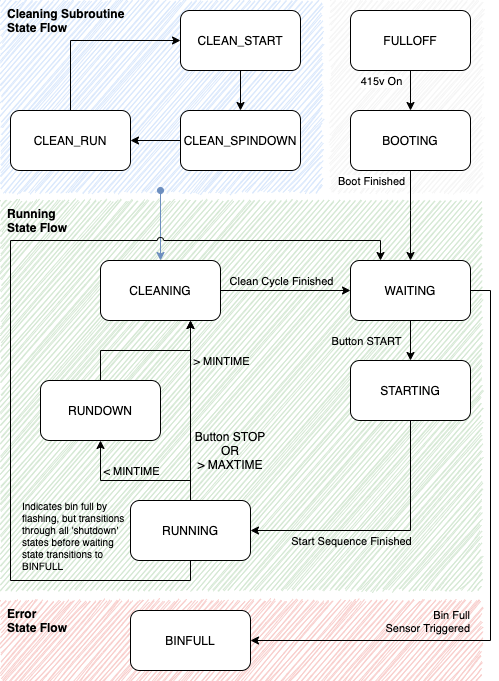
This is docs/Extractor.png from HSBNE/DustExtractorControl, a draw.io export, as it was before one commit. Source tidied: cells renumbered, new cells last; positions are measured from the earlier drawing's top-left corner, leaving out a move shared by most shapes.
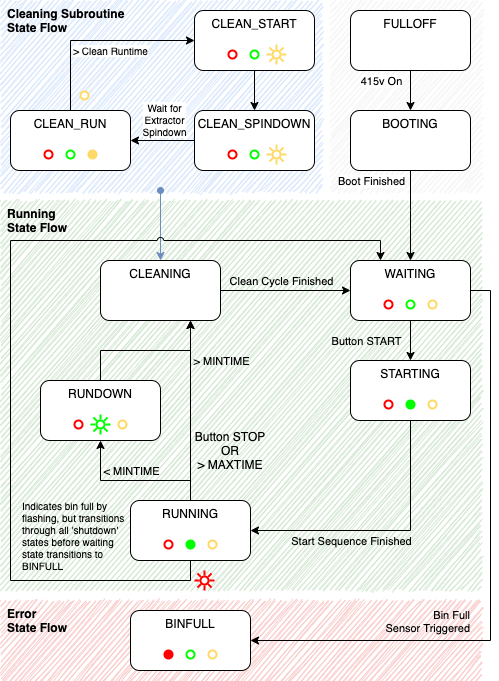
The same diagram one commit later.

Diff of the diagram source:
```diff
@@ -19,7 +19,7 @@
         <mxPoint x="-32" y="-6" as="offset" />
       </mxGeometry>
     </mxCell>
-    <mxCell id="7" value="FULLOFF" style="rounded=1;whiteSpace=wrap;html=1;" parent="1" vertex="1">
+    <mxCell id="7" value="FULLOFF" style="rounded=1;whiteSpace=wrap;html=1;verticalAlign=top;" parent="1" vertex="1">
       <mxGeometry x="350" y="10" width="120" height="60" as="geometry" />
     </mxCell>
     <mxCell id="8" style="edgeStyle=orthogonalEdgeStyle;rounded=0;jettySize=auto;html=1;entryX=0.5;entryY=0;entryDx=0;entryDy=0;" parent="1" edge="1" source="10" target="15">
@@ -35,7 +35,7 @@
         <mxPoint x="-41" y="-44" as="offset" />
       </mxGeometry>
     </mxCell>
-    <mxCell id="10" value="BOOTING" style="rounded=1;whiteSpace=wrap;html=1;" parent="1" vertex="1">
+    <mxCell id="10" value="BOOTING" style="rounded=1;whiteSpace=wrap;html=1;verticalAlign=top;" parent="1" vertex="1">
       <mxGeometry x="350" y="110" width="120" height="60" as="geometry" />
     </mxCell>
     <mxCell id="11" style="edgeStyle=orthogonalEdgeStyle;rounded=0;jettySize=auto;html=1;exitX=1;exitY=0.5;exitDx=0;exitDy=0;entryX=1;entryY=0.5;entryDx=0;entryDy=0;" parent="1" edge="1" source="15" target="27">
@@ -54,7 +54,7 @@
         <mxPoint x="-45" y="7" as="offset" />
       </mxGeometry>
     </mxCell>
-    <mxCell id="15" value="WAITING" style="rounded=1;whiteSpace=wrap;html=1;" parent="1" vertex="1">
+    <mxCell id="15" value="WAITING" style="rounded=1;whiteSpace=wrap;html=1;verticalAlign=top;" parent="1" vertex="1">
       <mxGeometry x="350" y="260" width="120" height="60" as="geometry" />
     </mxCell>
     <mxCell id="16" style="edgeStyle=orthogonalEdgeStyle;rounded=0;jettySize=auto;html=1;exitX=0.5;exitY=1;exitDx=0;exitDy=0;entryX=1;entryY=0.5;entryDx=0;entryDy=0;" parent="1" edge="1" source="18" target="23">
@@ -65,7 +65,7 @@
         <mxPoint x="-28" y="12" as="offset" />
       </mxGeometry>
     </mxCell>
-    <mxCell id="18" value="STARTING" style="rounded=1;whiteSpace=wrap;html=1;" parent="1" vertex="1">
+    <mxCell id="18" value="STARTING" style="rounded=1;whiteSpace=wrap;html=1;verticalAlign=top;" parent="1" vertex="1">
       <mxGeometry x="350" y="360" width="120" height="60" as="geometry" />
     </mxCell>
     <mxCell id="19" style="edgeStyle=orthogonalEdgeStyle;rounded=0;jettySize=auto;html=1;exitX=0.5;exitY=0;exitDx=0;exitDy=0;entryX=0.5;entryY=1;entryDx=0;entryDy=0;" parent="1" edge="1" source="23" target="29">
@@ -89,7 +89,7 @@
         <mxPoint x="30" y="-53" as="offset" />
       </mxGeometry>
     </mxCell>
-    <mxCell id="23" value="RUNNING" style="rounded=1;whiteSpace=wrap;html=1;" parent="1" vertex="1">
+    <mxCell id="23" value="RUNNING" style="rounded=1;whiteSpace=wrap;html=1;verticalAlign=top;" parent="1" vertex="1">
       <mxGeometry x="130" y="500" width="120" height="60" as="geometry" />
     </mxCell>
     <mxCell id="24" style="edgeStyle=orthogonalEdgeStyle;rounded=0;jettySize=auto;html=1;exitX=1;exitY=0.5;exitDx=0;exitDy=0;entryX=0;entryY=0.5;entryDx=0;entryDy=0;" parent="1" edge="1" source="26" target="15">
@@ -100,16 +100,16 @@
         <mxPoint x="13" y="-41" as="offset" />
       </mxGeometry>
     </mxCell>
-    <mxCell id="26" value="CLEANING" style="rounded=1;whiteSpace=wrap;html=1;" parent="1" vertex="1">
+    <mxCell id="26" value="CLEANING" style="rounded=1;whiteSpace=wrap;html=1;verticalAlign=top;" parent="1" vertex="1">
       <mxGeometry x="100" y="260" width="120" height="60" as="geometry" />
     </mxCell>
-    <mxCell id="27" value="BINFULL" style="rounded=1;whiteSpace=wrap;html=1;" parent="1" vertex="1">
+    <mxCell id="27" value="BINFULL" style="rounded=1;whiteSpace=wrap;html=1;verticalAlign=top;" parent="1" vertex="1">
       <mxGeometry x="130" y="610" width="120" height="60" as="geometry" />
     </mxCell>
     <mxCell id="28" style="edgeStyle=orthogonalEdgeStyle;rounded=0;jettySize=auto;html=1;exitX=0.5;exitY=0;exitDx=0;exitDy=0;entryX=0.75;entryY=1;entryDx=0;entryDy=0;jumpStyle=none;" parent="1" edge="1" source="29" target="26">
       <mxGeometry relative="1" as="geometry" />
     </mxCell>
-    <mxCell id="29" value="RUNDOWN" style="rounded=1;whiteSpace=wrap;html=1;" parent="1" vertex="1">
+    <mxCell id="29" value="RUNDOWN" style="rounded=1;whiteSpace=wrap;html=1;verticalAlign=top;" parent="1" vertex="1">
       <mxGeometry x="40" y="380" width="120" height="60" as="geometry" />
     </mxCell>
     <mxCell id="30" value="Button STOP&lt;br&gt;OR&lt;br&gt;&amp;gt; MAXTIME" style="text;html=1;strokeColor=none;fillColor=none;align=center;verticalAlign=middle;whiteSpace=wrap;rounded=0;shadow=0;glass=0;labelBackgroundColor=none;sketch=1;" parent="1" vertex="1">
@@ -124,19 +124,29 @@
     <mxCell id="33" style="edgeStyle=orthogonalEdgeStyle;rounded=0;jumpStyle=arc;jettySize=auto;html=1;exitX=0.5;exitY=1;exitDx=0;exitDy=0;entryX=0.5;entryY=0;entryDx=0;entryDy=0;" parent="1" edge="1" source="34" target="36">
       <mxGeometry relative="1" as="geometry" />
     </mxCell>
-    <mxCell id="34" value="CLEAN_START" style="rounded=1;whiteSpace=wrap;html=1;" parent="1" vertex="1">
-      <mxGeometry x="180" y="10" width="120" height="60" as="geometry" />
+    <mxCell id="34" value="CLEAN_START" style="rounded=1;whiteSpace=wrap;html=1;verticalAlign=top;" parent="1" vertex="1">
+      <mxGeometry x="194" y="10" width="120" height="60" as="geometry" />
     </mxCell>
     <mxCell id="35" style="edgeStyle=orthogonalEdgeStyle;rounded=0;jumpStyle=arc;jettySize=auto;html=1;exitX=0;exitY=0.5;exitDx=0;exitDy=0;entryX=1;entryY=0.5;entryDx=0;entryDy=0;" parent="1" edge="1" source="36" target="38">
       <mxGeometry relative="1" as="geometry" />
     </mxCell>
+    <mxCell id="44" value="Wait for&lt;br&gt;Extractor&lt;br&gt;Spindown" style="edgeLabel;html=1;align=center;verticalAlign=middle;fontSize=10;" parent="35" vertex="1">
+      <mxGeometry x="0.11" relative="1" as="geometry">
+        <mxPoint x="5.4" y="-22" as="offset" />
+      </mxGeometry>
+    </mxCell>
-    <mxCell id="36" value="CLEAN_SPINDOWN" style="rounded=1;whiteSpace=wrap;html=1;" parent="1" vertex="1">
-      <mxGeometry x="180" y="110" width="120" height="60" as="geometry" />
+    <mxCell id="36" value="CLEAN_SPINDOWN" style="rounded=1;whiteSpace=wrap;html=1;verticalAlign=top;" parent="1" vertex="1">
+      <mxGeometry x="194" y="110" width="120" height="60" as="geometry" />
     </mxCell>
     <mxCell id="37" style="edgeStyle=orthogonalEdgeStyle;rounded=0;jumpStyle=arc;jettySize=auto;html=1;exitX=0.5;exitY=0;exitDx=0;exitDy=0;entryX=0;entryY=0.5;entryDx=0;entryDy=0;" parent="1" edge="1" source="38" target="34">
       <mxGeometry relative="1" as="geometry" />
     </mxCell>
+    <mxCell id="45" value="&amp;gt; Clean Runtime" style="edgeLabel;html=1;align=center;verticalAlign=middle;fontSize=10;" parent="37" vertex="1">
+      <mxGeometry x="-0.52" y="-1" relative="1" as="geometry">
+        <mxPoint x="39" y="-13.1" as="offset" />
+      </mxGeometry>
+    </mxCell>
-    <mxCell id="38" value="CLEAN_RUN" style="rounded=1;whiteSpace=wrap;html=1;" parent="1" vertex="1">
+    <mxCell id="38" value="CLEAN_RUN" style="rounded=1;whiteSpace=wrap;html=1;verticalAlign=top;" parent="1" vertex="1">
       <mxGeometry x="10" y="110" width="120" height="60" as="geometry" />
     </mxCell>
     <mxCell id="39" value="Cleaning Subroutine State Flow" style="text;html=1;fillColor=none;align=left;verticalAlign=middle;whiteSpace=wrap;rounded=0;fontStyle=1;" parent="1" vertex="1">
@@ -161,5 +171,83 @@
         </Array>
       </mxGeometry>
     </mxCell>
+    <mxCell id="46" style="ellipse;whiteSpace=wrap;html=1;labelBackgroundColor=none;strokeColor=#FF0000;fontSize=10;align=right;strokeWidth=2;" parent="1" vertex="1">
+      <mxGeometry x="384" y="300" width="8" height="8" as="geometry" />
+    </mxCell>
+    <mxCell id="47" style="ellipse;whiteSpace=wrap;html=1;labelBackgroundColor=none;fontSize=10;align=right;strokeWidth=2;strokeColor=#00FF00;" parent="1" vertex="1">
+      <mxGeometry x="406" y="300" width="8" height="8" as="geometry" />
+    </mxCell>
+    <mxCell id="48" style="ellipse;whiteSpace=wrap;html=1;labelBackgroundColor=none;fontSize=10;align=right;strokeWidth=2;strokeColor=#FFD966;" parent="1" vertex="1">
+      <mxGeometry x="428" y="300" width="8" height="8" as="geometry" />
+    </mxCell>
+    <mxCell id="49" style="ellipse;whiteSpace=wrap;html=1;labelBackgroundColor=none;strokeColor=#FF0000;fontSize=10;align=right;strokeWidth=2;" parent="1" vertex="1">
+      <mxGeometry x="384" y="400" width="8" height="8" as="geometry" />
+    </mxCell>
+    <mxCell id="50" style="ellipse;whiteSpace=wrap;html=1;labelBackgroundColor=none;fontSize=10;align=right;strokeWidth=2;strokeColor=#FFD966;" parent="1" vertex="1">
+      <mxGeometry x="428" y="400" width="8" height="8" as="geometry" />
+    </mxCell>
+    <mxCell id="51" style="ellipse;whiteSpace=wrap;html=1;labelBackgroundColor=none;fontSize=10;align=right;strokeWidth=2;strokeColor=#00FF00;fillColor=#00FF00;" parent="1" vertex="1">
+      <mxGeometry x="406" y="400" width="8" height="8" as="geometry" />
+    </mxCell>
+    <mxCell id="52" style="ellipse;whiteSpace=wrap;html=1;labelBackgroundColor=none;strokeColor=#FF0000;fontSize=10;align=right;strokeWidth=2;" parent="1" vertex="1">
+      <mxGeometry x="164" y="540" width="8" height="8" as="geometry" />
+    </mxCell>
+    <mxCell id="53" style="ellipse;whiteSpace=wrap;html=1;labelBackgroundColor=none;fontSize=10;align=right;strokeWidth=2;strokeColor=#FFD966;" parent="1" vertex="1">
+      <mxGeometry x="208" y="540" width="8" height="8" as="geometry" />
+    </mxCell>
+    <mxCell id="54" style="ellipse;whiteSpace=wrap;html=1;labelBackgroundColor=none;fontSize=10;align=right;strokeWidth=2;strokeColor=#00FF00;fillColor=#00FF00;" parent="1" vertex="1">
+      <mxGeometry x="186" y="540" width="8" height="8" as="geometry" />
+    </mxCell>
+    <mxCell id="55" style="ellipse;whiteSpace=wrap;html=1;labelBackgroundColor=none;strokeColor=#FF0000;fontSize=10;align=right;strokeWidth=2;" parent="1" vertex="1">
+      <mxGeometry x="74" y="420" width="8" height="8" as="geometry" />
+    </mxCell>
+    <mxCell id="56" style="ellipse;whiteSpace=wrap;html=1;labelBackgroundColor=none;fontSize=10;align=right;strokeWidth=2;strokeColor=#FFD966;" parent="1" vertex="1">
+      <mxGeometry x="118" y="420" width="8" height="8" as="geometry" />
+    </mxCell>
+    <mxCell id="57" style="html=1;verticalLabelPosition=bottom;align=center;labelBackgroundColor=#ffffff;verticalAlign=top;strokeWidth=2;shadow=0;dashed=0;shape=mxgraph.ios7.icons.sun;fontSize=10;strokeColor=#00FF00;" parent="1" vertex="1">
+      <mxGeometry x="90" y="414" width="20" height="20" as="geometry" />
+    </mxCell>
+    <mxCell id="58" style="html=1;verticalLabelPosition=bottom;align=center;labelBackgroundColor=#ffffff;verticalAlign=top;strokeWidth=2;shadow=0;dashed=0;shape=mxgraph.ios7.icons.sun;fontSize=10;strokeColor=#FF0000;" parent="1" vertex="1">
+      <mxGeometry x="194" y="570" width="20" height="20" as="geometry" />
+    </mxCell>
+    <mxCell id="59" style="ellipse;whiteSpace=wrap;html=1;labelBackgroundColor=none;fontSize=10;align=right;strokeWidth=2;strokeColor=#FFD966;" parent="1" vertex="1">
+      <mxGeometry x="208" y="650" width="8" height="8" as="geometry" />
+    </mxCell>
+    <mxCell id="60" style="ellipse;whiteSpace=wrap;html=1;labelBackgroundColor=none;strokeColor=#FF0000;fontSize=10;align=right;strokeWidth=2;fillColor=#FF0000;" parent="1" vertex="1">
+      <mxGeometry x="164" y="650" width="8" height="8" as="geometry" />
+    </mxCell>
+    <mxCell id="61" style="ellipse;whiteSpace=wrap;html=1;labelBackgroundColor=none;fontSize=10;align=right;strokeWidth=2;strokeColor=#00FF00;" parent="1" vertex="1">
+      <mxGeometry x="186" y="650" width="8" height="8" as="geometry" />
+    </mxCell>
+    <mxCell id="62" style="ellipse;whiteSpace=wrap;html=1;labelBackgroundColor=none;strokeColor=#FF0000;fontSize=10;align=right;strokeWidth=2;" parent="1" vertex="1">
+      <mxGeometry x="228" y="50" width="8" height="8" as="geometry" />
+    </mxCell>
+    <mxCell id="63" style="ellipse;whiteSpace=wrap;html=1;labelBackgroundColor=none;fontSize=10;align=right;strokeWidth=2;strokeColor=#00FF00;" parent="1" vertex="1">
+      <mxGeometry x="250" y="50" width="8" height="8" as="geometry" />
+    </mxCell>
+    <mxCell id="64" style="html=1;verticalLabelPosition=bottom;align=center;labelBackgroundColor=#ffffff;verticalAlign=top;strokeWidth=2;shadow=0;dashed=0;shape=mxgraph.ios7.icons.sun;fontSize=10;strokeColor=#FFD966;" parent="1" vertex="1">
+      <mxGeometry x="266" y="44" width="20" height="20" as="geometry" />
+    </mxCell>
+    <mxCell id="65" style="ellipse;whiteSpace=wrap;html=1;labelBackgroundColor=none;strokeColor=#FF0000;fontSize=10;align=right;strokeWidth=2;" parent="1" vertex="1">
+      <mxGeometry x="228" y="150" width="8" height="8" as="geometry" />
+    </mxCell>
+    <mxCell id="66" style="ellipse;whiteSpace=wrap;html=1;labelBackgroundColor=none;fontSize=10;align=right;strokeWidth=2;strokeColor=#00FF00;" parent="1" vertex="1">
+      <mxGeometry x="250" y="150" width="8" height="8" as="geometry" />
+    </mxCell>
+    <mxCell id="67" style="ellipse;whiteSpace=wrap;html=1;labelBackgroundColor=none;fontSize=10;align=right;strokeWidth=2;strokeColor=#FFD966;" parent="1" vertex="1">
+      <mxGeometry x="80" y="91" width="8" height="8" as="geometry" />
+    </mxCell>
+    <mxCell id="68" style="ellipse;whiteSpace=wrap;html=1;labelBackgroundColor=none;strokeColor=#FF0000;fontSize=10;align=right;strokeWidth=2;" parent="1" vertex="1">
+      <mxGeometry x="44" y="150" width="8" height="8" as="geometry" />
+    </mxCell>
+    <mxCell id="69" style="ellipse;whiteSpace=wrap;html=1;labelBackgroundColor=none;fontSize=10;align=right;strokeWidth=2;strokeColor=#00FF00;" parent="1" vertex="1">
+      <mxGeometry x="66" y="150" width="8" height="8" as="geometry" />
+    </mxCell>
+    <mxCell id="70" style="ellipse;whiteSpace=wrap;html=1;labelBackgroundColor=none;fontSize=10;align=right;strokeWidth=2;strokeColor=#FFD966;fillColor=#FFD966;" parent="1" vertex="1">
+      <mxGeometry x="88" y="150" width="8" height="8" as="geometry" />
+    </mxCell>
+    <mxCell id="71" style="html=1;verticalLabelPosition=bottom;align=center;labelBackgroundColor=#ffffff;verticalAlign=top;strokeWidth=2;shadow=0;dashed=0;shape=mxgraph.ios7.icons.sun;fontSize=10;strokeColor=#FFD966;" parent="1" vertex="1">
+      <mxGeometry x="266" y="144" width="20" height="20" as="geometry" />
+    </mxCell>
   </root>
 </mxGraphModel>
```
